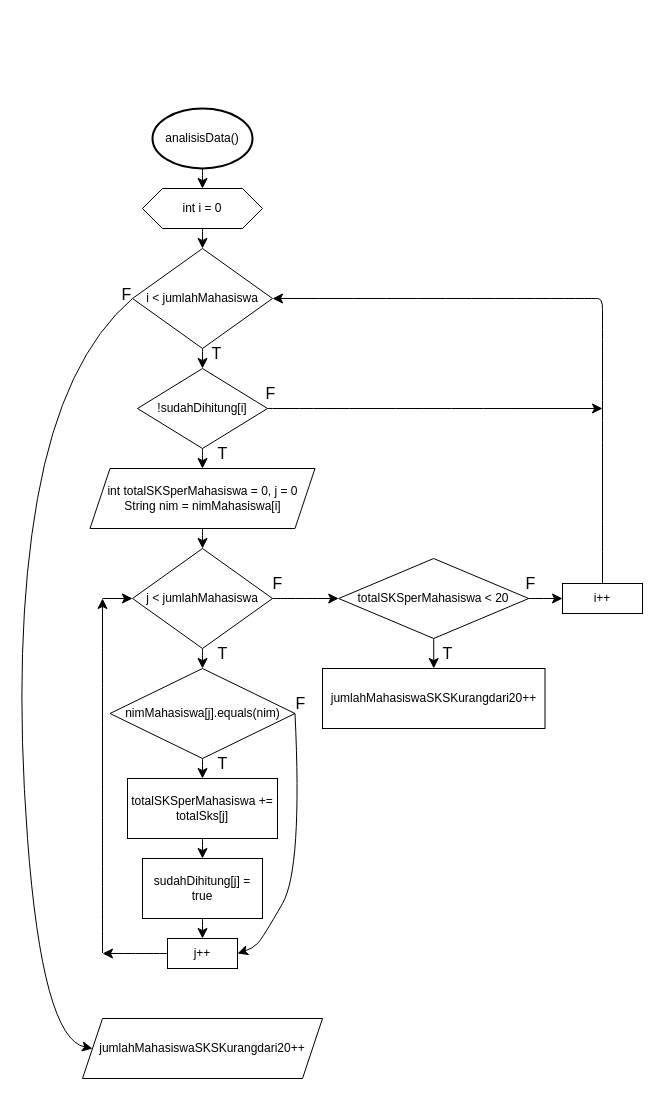
Dzaky-Hadyan/project-besar-daspro keeps this draw.io diagram as page "analisisData()" (4 of 4) of flowchart kelompok 7.drawio. Above is the earlier version. Source tidied: cells renumbered, new cells numbered last; positions are measured from the earlier drawing's top-left corner, leaving out a move shared by most shapes. Both pictures are drawn from the tidied source at 100%, with x=0, y=0 at pixel (12, 108).
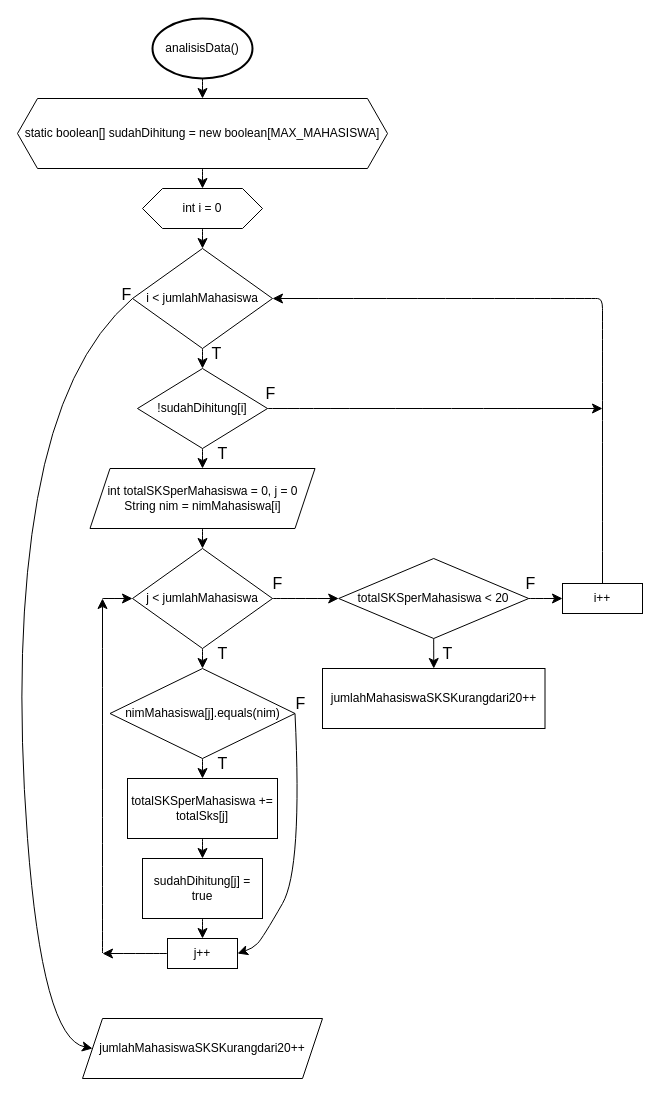
Above is the later version.

Commit message:
docs: add static variable in analisisData()

The change refers to these unchanged cells:
```xml
<mxCell id="5" value="int i = 0" style="shape=hexagon;perimeter=hexagonPerimeter2;whiteSpace=wrap;html=1;fixedSize=1;" parent="1" vertex="1">
  <mxGeometry x="130" y="80" width="120" height="40" as="geometry" />
</mxCell>
```

The edit, as a diff of the source:
```diff
@@
-    <mxCell id="2" style="edgeStyle=none;curved=1;rounded=0;jettySize=auto;html=1;exitX=0.5;exitY=1;exitDx=0;exitDy=0;exitPerimeter=0;entryX=0.5;entryY=0;entryDx=0;entryDy=0;fontSize=12;startSize=8;endSize=8;" parent="1" edge="1" source="3">
-      <mxGeometry relative="1" as="geometry">
-        <mxPoint x="190" y="80" as="targetPoint" />
-      </mxGeometry>
-    </mxCell>
+    <mxCell id="45" style="edgeStyle=none;curved=1;rounded=0;jettySize=auto;html=1;exitX=0.5;exitY=1;exitDx=0;exitDy=0;exitPerimeter=0;entryX=0.5;entryY=0;entryDx=0;entryDy=0;fontSize=12;startSize=8;endSize=8;" parent="1" edge="1" source="3" target="47">
+      <mxGeometry relative="1" as="geometry" />
+    </mxCell>
     <mxCell id="3" value="analisisData()" style="strokeWidth=2;html=1;shape=mxgraph.flowchart.start_1;whiteSpace=wrap;" parent="1" vertex="1">
-      <mxGeometry x="140" width="100" height="60" as="geometry" />
+      <mxGeometry x="140" y="-90" width="100" height="60" as="geometry" />
     </mxCell>
@@
+    <mxCell id="46" style="edgeStyle=none;curved=1;rounded=0;jettySize=auto;html=1;exitX=0.5;exitY=1;exitDx=0;exitDy=0;entryX=0.5;entryY=0;entryDx=0;entryDy=0;fontSize=12;startSize=8;endSize=8;" parent="1" edge="1" source="47" target="5">
+      <mxGeometry relative="1" as="geometry" />
+    </mxCell>
+    <mxCell id="47" value="static boolean[] sudahDihitung = new boolean[MAX_MAHASISWA]" style="shape=hexagon;perimeter=hexagonPerimeter2;whiteSpace=wrap;html=1;fixedSize=1;" parent="1" vertex="1">
+      <mxGeometry x="5" y="-10" width="370" height="70" as="geometry" />
+    </mxCell>
```
